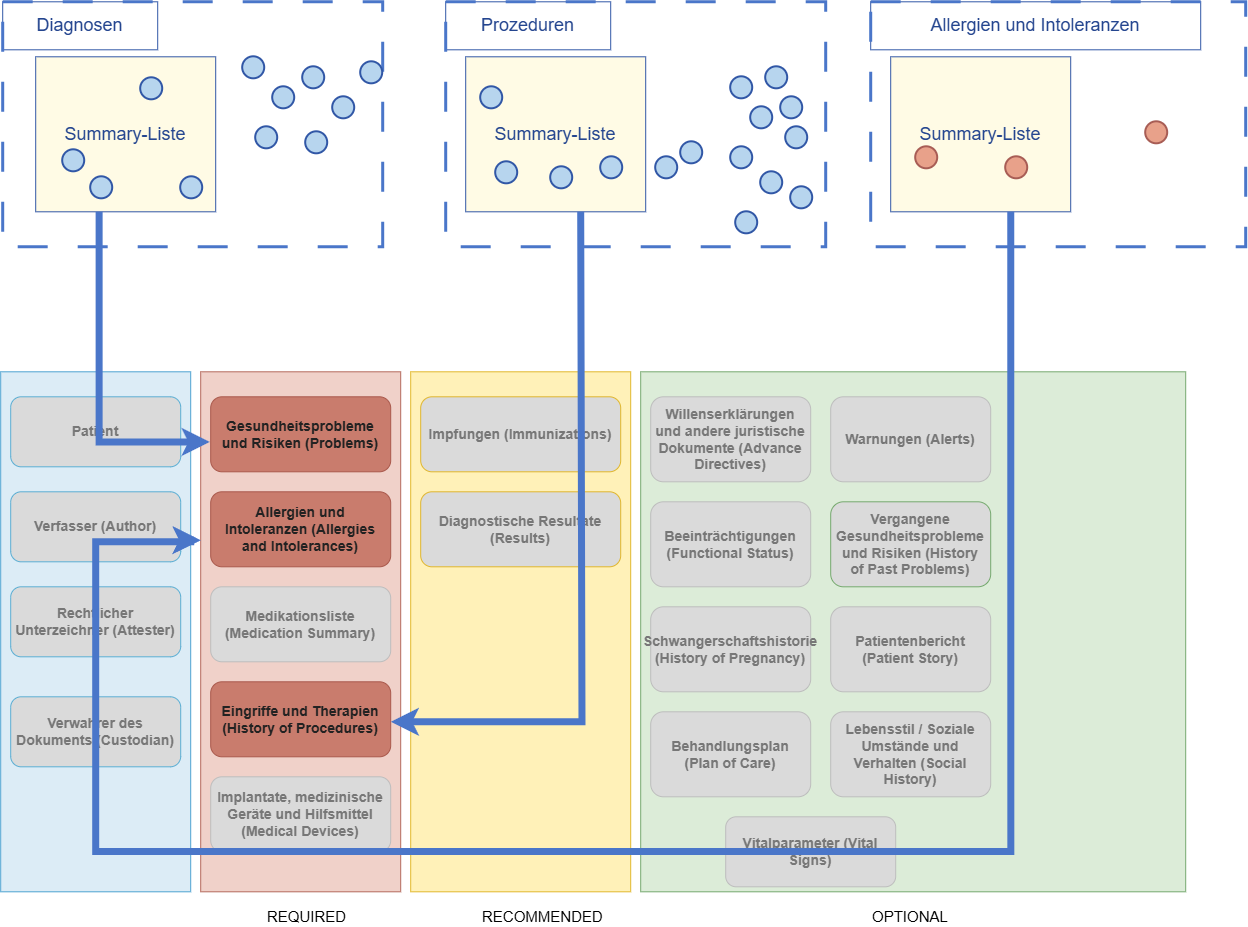
Earlier version of the draw.io export input/images/summary_listen_dokumentstruktur.png (HL7Austria/ELGA-e-Diagnose-R4). Source tidied: cells renumbered, new cells last; positions are measured from the earlier drawing's top-left corner, leaving out a move shared by most shapes.
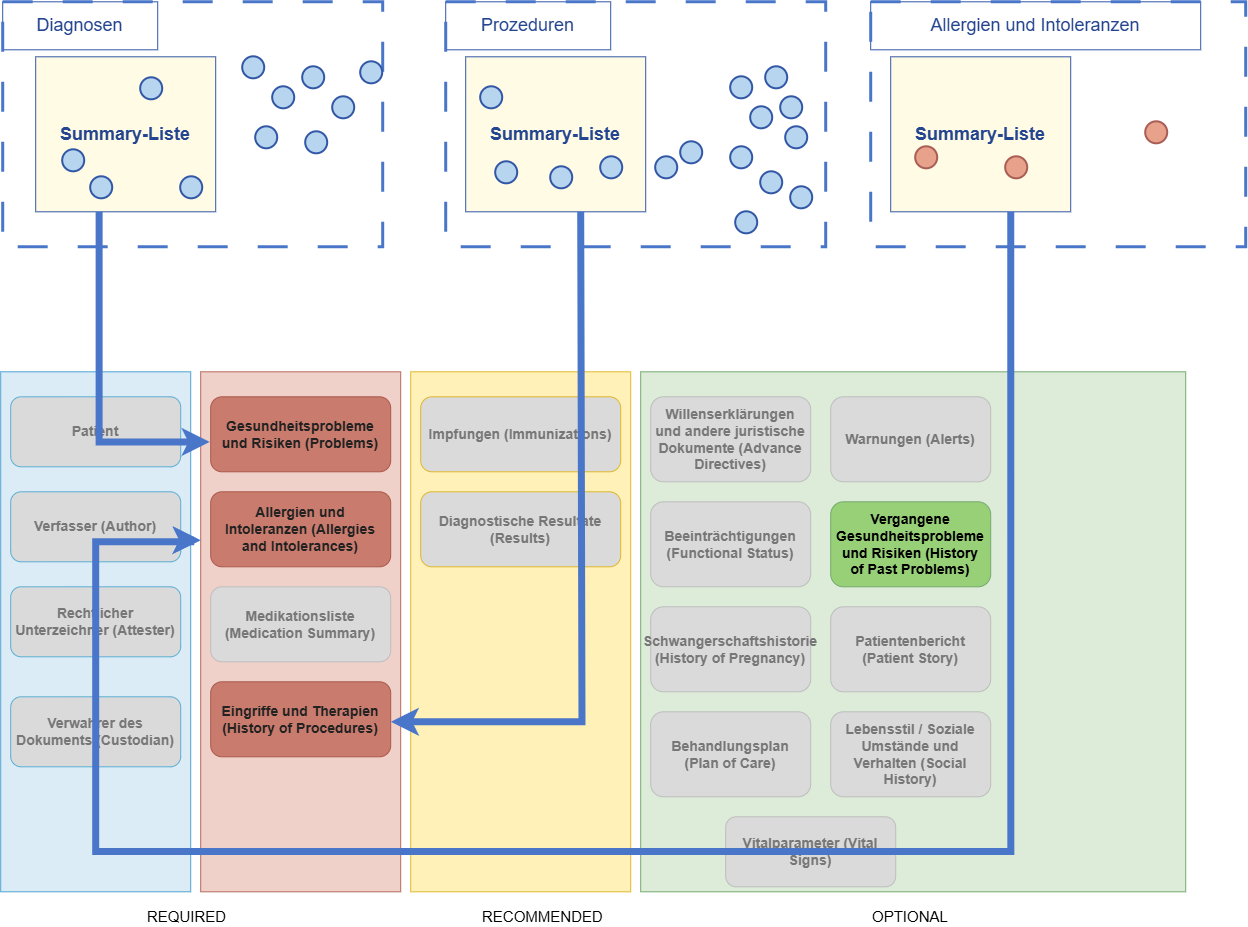
After the change.

What changed in the source:
```diff
@@ -14,19 +14,19 @@
     <mxCell id="5" style="rounded=0;whiteSpace=wrap;html=1;strokeColor=#4A76C9;fillColor=none;dashed=1;dashPattern=10 10;strokeWidth=3;" parent="1" vertex="1">
       <mxGeometry x="445" width="380" height="245" as="geometry" />
     </mxCell>
-    <mxCell id="6" style="rounded=0;whiteSpace=wrap;html=1;strokeColor=#4A76C9;fillColor=none;dashed=1;dashPattern=10 10;strokeWidth=3;" parent="1" vertex="1">
+    <mxCell id="6" style="rounded=0;whiteSpace=wrap;html=1;strokeColor=#4A76C9;fillColor=none;dashed=1;dashPattern=10 10;strokeWidth=3;fontStyle=1;" parent="1" vertex="1">
       <mxGeometry x="2" width="380" height="245" as="geometry" />
     </mxCell>
     <mxCell id="7" style="rounded=0;whiteSpace=wrap;html=1;strokeColor=#4A76C9;fillColor=none;dashed=1;dashPattern=10 10;strokeWidth=3;" parent="1" vertex="1">
       <mxGeometry x="870" width="375" height="245" as="geometry" />
     </mxCell>
-    <mxCell id="8" value="Summary-Liste" style="rounded=0;whiteSpace=wrap;html=1;strokeColor=#3157A6;fillColor=#FFFBE5;fontColor=#24458F;fontSize=18;align=center;verticalAlign=middle;" parent="1" vertex="1">
+    <mxCell id="8" value="&lt;b&gt;Summary-Liste&lt;/b&gt;" style="rounded=0;whiteSpace=wrap;html=1;strokeColor=#3157A6;fillColor=#FFFBE5;fontColor=#24458F;fontSize=18;align=center;verticalAlign=middle;" parent="1" vertex="1">
       <mxGeometry x="35" y="55" width="180" height="155" as="geometry" />
     </mxCell>
-    <mxCell id="9" value="Summary-Liste" style="rounded=0;whiteSpace=wrap;html=1;strokeColor=#3157A6;fillColor=#FFFBE5;fontColor=#24458F;fontSize=18;align=center;verticalAlign=middle;" parent="1" vertex="1">
+    <mxCell id="9" value="&lt;b&gt;Summary-Liste&lt;/b&gt;" style="rounded=0;whiteSpace=wrap;html=1;strokeColor=#3157A6;fillColor=#FFFBE5;fontColor=#24458F;fontSize=18;align=center;verticalAlign=middle;" parent="1" vertex="1">
       <mxGeometry x="465" y="55" width="180" height="155" as="geometry" />
     </mxCell>
-    <mxCell id="10" value="Summary-Liste" style="rounded=0;whiteSpace=wrap;html=1;strokeColor=#3157A6;fillColor=#FFFBE5;fontColor=#24458F;fontSize=18;align=center;verticalAlign=middle;" parent="1" vertex="1">
+    <mxCell id="10" value="&lt;b&gt;Summary-Liste&lt;/b&gt;" style="rounded=0;whiteSpace=wrap;html=1;strokeColor=#3157A6;fillColor=#FFFBE5;fontColor=#24458F;fontSize=18;align=center;verticalAlign=middle;" parent="1" vertex="1">
       <mxGeometry x="890" y="55" width="180" height="155" as="geometry" />
     </mxCell>
     <mxCell id="11" style="ellipse;whiteSpace=wrap;html=1;strokeColor=#3157A6;fillColor=#B7D5EE;strokeWidth=2;" parent="1" vertex="1">
@@ -152,9 +152,6 @@
     <mxCell id="51" value="Eingriffe und Therapien (History of Procedures)" style="rounded=1;whiteSpace=wrap;html=1;strokeColor=#A9584B;fillColor=#C97C6D;fontColor=#222;fontSize=14;fontStyle=1;spacing=5;" parent="1" vertex="1">
       <mxGeometry x="210" y="680" width="180" height="75" as="geometry" />
     </mxCell>
-    <mxCell id="52" value="Implantate, medizinische Geräte und Hilfsmittel (Medical Devices)" style="rounded=1;whiteSpace=wrap;html=1;strokeColor=#BDBDBD;fillColor=#DADADA;fontColor=#777;fontSize=14;fontStyle=1;spacing=5;" parent="1" vertex="1">
-      <mxGeometry x="210" y="775" width="180" height="75" as="geometry" />
-    </mxCell>
     <mxCell id="53" value="Impfungen (Immunizations)" style="rounded=1;whiteSpace=wrap;html=1;strokeColor=#E0B62D;fillColor=#DADADA;fontColor=#777777;fontSize=14;fontStyle=1;spacing=5;fontFamily=Helvetica;align=center;verticalAlign=middle;" parent="1" vertex="1">
       <mxGeometry x="420" y="395" width="200" height="75" as="geometry" />
     </mxCell>
@@ -170,7 +167,7 @@
     <mxCell id="57" value="Beeinträchtigungen (Functional Status)" style="rounded=1;whiteSpace=wrap;html=1;strokeColor=#BDBDBD;fillColor=#DADADA;fontColor=#777;fontSize=14;fontStyle=1;spacing=5;" parent="1" vertex="1">
       <mxGeometry x="650" y="500" width="160" height="85" as="geometry" />
     </mxCell>
-    <mxCell id="58" value="Vergangene Gesundheitsprobleme und Risiken (History of Past Problems)" style="rounded=1;whiteSpace=wrap;html=1;strokeColor=#75A96E;fillColor=#DADADA;fontColor=#777777;fontSize=14;fontStyle=1;spacing=5;" parent="1" vertex="1">
+    <mxCell id="58" value="&lt;span&gt;Vergangene Gesundheitsprobleme und Risiken (History of Past Problems)&lt;/span&gt;" style="rounded=1;whiteSpace=wrap;html=1;strokeColor=#75A96E;fillColor=#97D077;fontColor=default;fontSize=14;fontStyle=1;spacing=5;" parent="1" vertex="1">
       <mxGeometry x="830" y="500" width="160" height="85" as="geometry" />
     </mxCell>
     <mxCell id="59" value="Schwangerschaftshistorie (History of Pregnancy)" style="rounded=1;whiteSpace=wrap;html=1;strokeColor=#BDBDBD;fillColor=#DADADA;fontColor=#777;fontSize=14;fontStyle=1;spacing=5;" parent="1" vertex="1">
@@ -189,7 +186,7 @@
       <mxGeometry x="725" y="815" width="170" height="70" as="geometry" />
     </mxCell>
     <mxCell id="64" value="REQUIRED" style="text;html=1;strokeColor=none;fillColor=none;fontSize=15;" parent="1" vertex="1">
-      <mxGeometry x="265" y="900" width="70" height="25" as="geometry" />
+      <mxGeometry x="145" y="900" width="70" height="25" as="geometry" />
     </mxCell>
     <mxCell id="65" value="RECOMMENDED" style="text;html=1;strokeColor=none;fillColor=none;fontSize=15;" parent="1" vertex="1">
       <mxGeometry x="480" y="900" width="100" height="25" as="geometry" />
```
